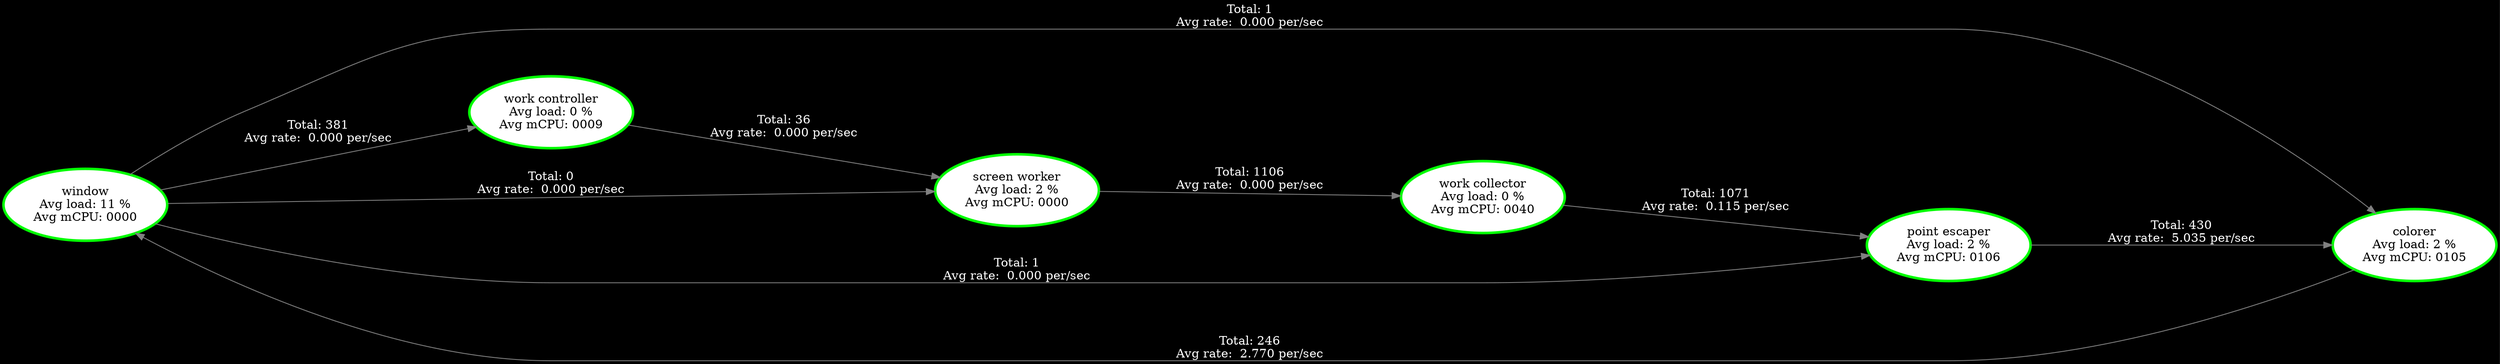
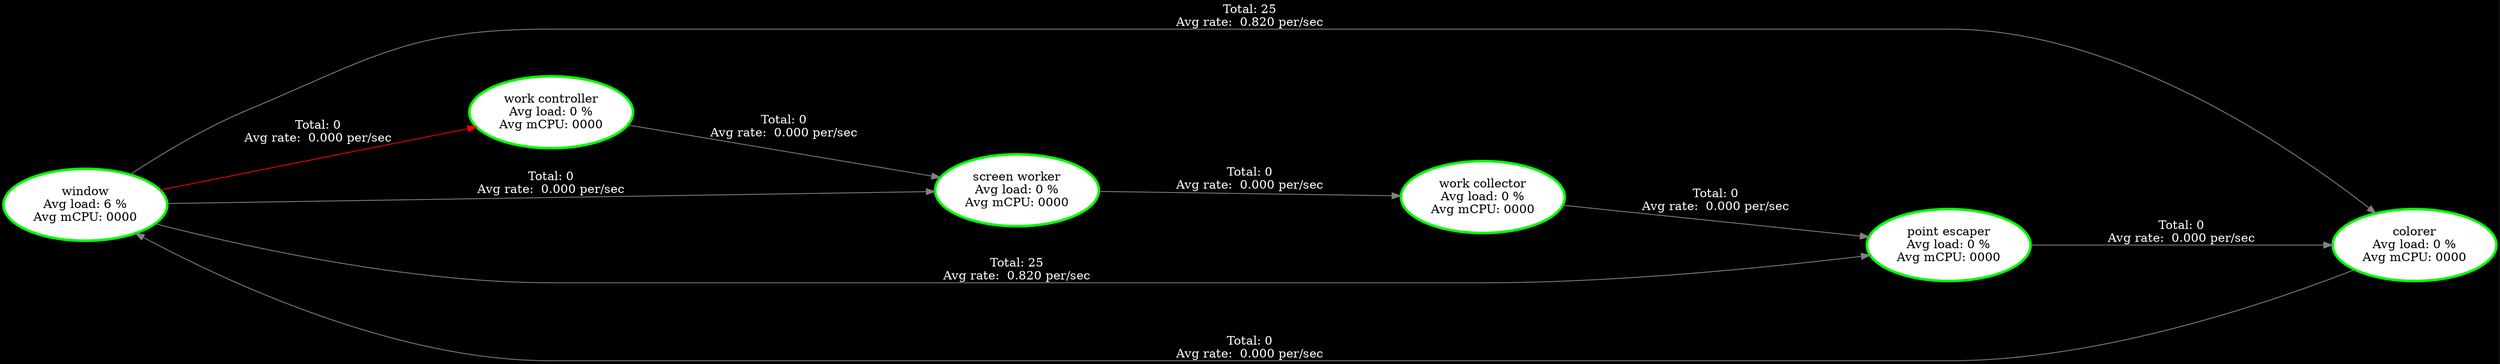
digraph G {
rankdir=LR;
graph [nodesep=.5, ranksep=2.5];
node [margin=0.1];
node [style=filled, fillcolor=white, fontcolor=black];
edge [color=white, fontcolor=white];
graph [bgcolor=black];
"window" [label="window
- Avg load: 11 %
+ Avg load: 6 %
Avg mCPU: 0000
- ", tooltip="window\n\nThreadId(15) Core:4\nWindow 12.8 secs\n--- Stats ---\nAvg load: 11 %\nAvg mCPU: 0000 \n", color="green", penwidth=3 ];
+ ", tooltip="window\n\nThreadId(15) Core:4\nWindow 12.8 secs\n--- Stats ---\nAvg load: 6 %\nAvg mCPU: 0000 \n", color="green", penwidth=3 ];
"colorer" [label="colorer
- Avg load: 2 %
- Avg mCPU: 0105
- ", tooltip="colorer\n\nThreadId(16) Core:5\nWindow 12.8 secs\n--- Stats ---\nAvg load: 2 %\nAvg mCPU: 0105 \n", color="green", penwidth=3 ];
+ Avg load: 0 %
+ Avg mCPU: 0000
+ ", tooltip="colorer\n\nThreadId(16) Core:5\nWindow 12.8 secs\n--- Stats ---\nAvg load: 0 %\nAvg mCPU: 0000 \n", color="green", penwidth=3 ];
"work controller" [label="work controller
Avg load: 0 %
- Avg mCPU: 0009
- ", tooltip="work controller\n\nThreadId(17) Core:6\nWindow 12.8 secs\n--- Stats ---\nAvg load: 0 %\nAvg mCPU: 0009 \n", color="green", penwidth=3 ];
+ Avg mCPU: 0000
+ ", tooltip="work controller\n\nWindow 12.8 secs\n--- Stats ---\nAvg load: 0 %\nAvg mCPU: 0000 \n", color="green", penwidth=3 ];
"screen worker" [label="screen worker
- Avg load: 2 %
+ Avg load: 0 %
Avg mCPU: 0000
- ", tooltip="screen worker\n\nThreadId(18) Core:1\nWindow 12.8 secs\n--- Stats ---\nAvg load: 2 %\nAvg mCPU: 0000 \n", color="green", penwidth=3 ];
+ ", tooltip="screen worker\n\nThreadId(18) Core:1\nWindow 12.8 secs\n--- Stats ---\nAvg load: 0 %\nAvg mCPU: 0000 \n", color="green", penwidth=3 ];
"work collector" [label="work collector
Avg load: 0 %
- Avg mCPU: 0040
- ", tooltip="work collector\n\nThreadId(19) Core:2\nWindow 12.8 secs\n--- Stats ---\nAvg load: 0 %\nAvg mCPU: 0040 \n", color="green", penwidth=3 ];
+ Avg mCPU: 0000
+ ", tooltip="work collector\n\nThreadId(19) Core:2\nWindow 12.8 secs\n--- Stats ---\nAvg load: 0 %\nAvg mCPU: 0000 \n", color="green", penwidth=3 ];
"point escaper" [label="point escaper
- Avg load: 2 %
- Avg mCPU: 0106
- ", tooltip="point escaper\n\nThreadId(20) Core:3\nWindow 12.8 secs\n--- Stats ---\nAvg load: 2 %\nAvg mCPU: 0106 \n", color="green", penwidth=3 ];
- "colorer" -> "window" [label="Total: 246
- Avg rate:  2.770 per/sec
- ", tooltip="Window: 25.6 secs\nCH#21: Data\n Capacity: 2\n Volume: 1 (Total: 246)\n Saturation: 0%\n", color="#808080", penwidth=1];
- "point escaper" -> "colorer" [label="Total: 430
- Avg rate:  5.035 per/sec
- ", tooltip="Window: 25.6 secs\nCH#14: Data\n Capacity: 50\n Volume: 2 (Total: 430)\n Saturation: 4%\n", color="#808080", penwidth=1];
- "screen worker" -> "work collector" [label="Total: 1106
+ Avg load: 0 %
+ Avg mCPU: 0000
+ ", tooltip="point escaper\n\nThreadId(20) Core:3\nWindow 12.8 secs\n--- Stats ---\nAvg load: 0 %\nAvg mCPU: 0000 \n", color="green", penwidth=3 ];
+ "colorer" -> "window" [label="Total: 0
Avg rate:  0.000 per/sec
- ", tooltip="Window: 25.6 secs\nCH#8: Data\n Capacity: 50\n Volume: 0 (Total: 1106)\n Saturation: 0%\n", color="#808080", penwidth=1];
- "window" -> "colorer" [label="Total: 1
+ ", tooltip="Window: 25.6 secs\nCH#3: Data\n Capacity: 2\n Volume: 0 (Total: 0)\n Saturation: 0%\n", color="#808080", penwidth=1];
+ "point escaper" -> "colorer" [label="Total: 0
Avg rate:  0.000 per/sec
- ", tooltip="Window: 25.6 secs\nCH#1: Data\n Capacity: 50\n Volume: 0 (Total: 1)\n Saturation: 0%\n", color="#808080", penwidth=1];
- "window" -> "point escaper" [label="Total: 1
+ ", tooltip="Window: 25.6 secs\nCH#8: Data\n Capacity: 50\n Volume: 0 (Total: 0)\n Saturation: 0%\n", color="#808080", penwidth=1];
+ "screen worker" -> "work collector" [label="Total: 0
Avg rate:  0.000 per/sec
- ", tooltip="Window: 25.6 secs\nCH#2: Data\n Capacity: 50\n Volume: 0 (Total: 1)\n Saturation: 0%\n", color="#808080", penwidth=1];
+ ", tooltip="Window: 25.6 secs\nCH#14: Data\n Capacity: 50\n Volume: 0 (Total: 0)\n Saturation: 0%\n", color="#808080", penwidth=1];
+ "window" -> "colorer" [label="Total: 25
+ Avg rate:  0.820 per/sec
+ ", tooltip="Window: 25.6 secs\nCH#1: Data\n Capacity: 50\n Volume: 0 (Total: 25)\n Saturation: 0%\n", color="#808080", penwidth=1];
+ "window" -> "point escaper" [label="Total: 25
+ Avg rate:  0.820 per/sec
+ ", tooltip="Window: 25.6 secs\nCH#2: Data\n Capacity: 50\n Volume: 0 (Total: 25)\n Saturation: 0%\n", color="#808080", penwidth=1];
"window" -> "screen worker" [label="Total: 0
Avg rate:  0.000 per/sec
- ", tooltip="Window: 25.6 secs\nCH#9: Data\n Capacity: 50\n Volume: 0 (Total: 0)\n Saturation: 0%\n", color="#808080", penwidth=1];
- "window" -> "work controller" [label="Total: 381
+ ", tooltip="Window: 25.6 secs\nCH#5: Data\n Capacity: 50\n Volume: 0 (Total: 0)\n Saturation: 0%\n", color="#808080", penwidth=1];
+ "window" -> "work controller" [label="Total: 0
Avg rate:  0.000 per/sec
- ", tooltip="Window: 25.6 secs\nCH#3: Data\n Capacity: 50\n Volume: 32 (Total: 381)\n Saturation: 0%\n", color="#808080", penwidth=1];
- "work collector" -> "point escaper" [label="Total: 1071
- Avg rate:  0.115 per/sec
- ", tooltip="Window: 25.6 secs\nCH#13: Data\n Capacity: 50\n Volume: 0 (Total: 1071)\n Saturation: 0%\n", color="#808080", penwidth=1];
- "work controller" -> "screen worker" [label="Total: 36
+ ", tooltip="Window: 25.6 secs\nCH#4: Data\n Capacity: 50\n Volume: 50 (Total: 0)\n Saturation: 0%\n", color="#FF0000", penwidth=1];
+ "work collector" -> "point escaper" [label="Total: 0
Avg rate:  0.000 per/sec
- ", tooltip="Window: 25.6 secs\nCH#4: Data\n Capacity: 50\n Volume: 0 (Total: 36)\n Saturation: 0%\n", color="#808080", penwidth=1];
+ ", tooltip="Window: 25.6 secs\nCH#21: Data\n Capacity: 50\n Volume: 0 (Total: 0)\n Saturation: 0%\n", color="#808080", penwidth=1];
+ "work controller" -> "screen worker" [label="Total: 0
+ Avg rate:  0.000 per/sec
+ ", tooltip="Window: 25.6 secs\nCH#13: Data\n Capacity: 50\n Volume: 0 (Total: 0)\n Saturation: 0%\n", color="#808080", penwidth=1];
}
